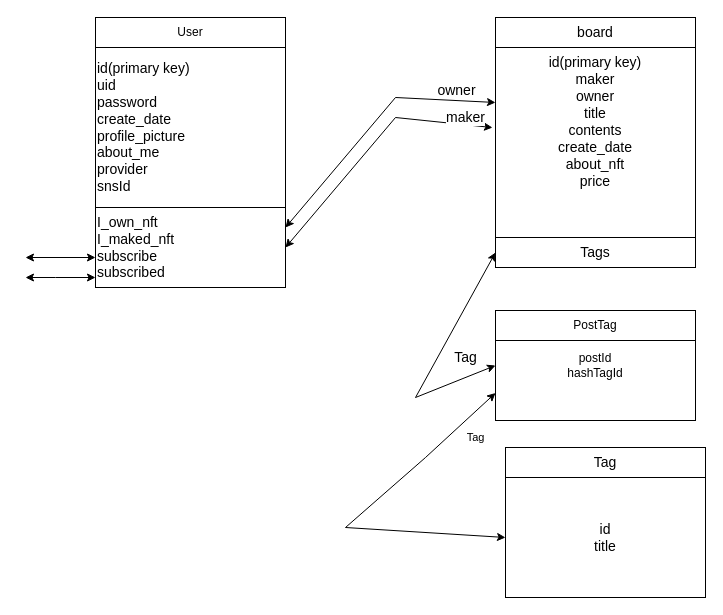
Above: resdatabase.drawio in lectykim/emmateritory (draw.io), before the change. Source tidied: cells renumbered, new cells numbered last; positions are measured from the earlier drawing's top-left corner, leaving out a move shared by most shapes. Both pictures are drawn from the tidied source at 100%, with x=0, y=0 at pixel (25, 17).
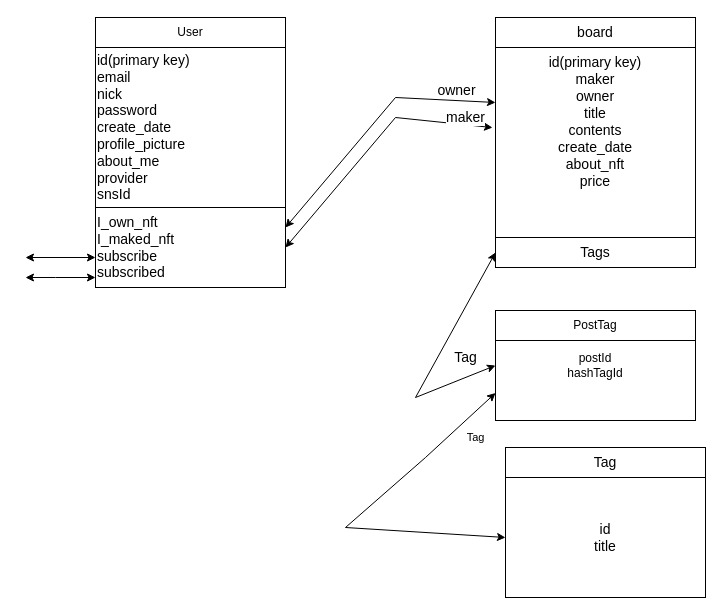
The same page after the edit.

Change to the diagram source:
```diff
@@
-    <mxCell id="2" value="&lt;div style=&quot;font-size: 14px;&quot;&gt;&lt;div style=&quot;&quot;&gt;&lt;span style=&quot;background-color: initial;&quot;&gt;id(primary key)&lt;/span&gt;&lt;/div&gt;&lt;font style=&quot;font-size: 14px;&quot;&gt;&lt;div style=&quot;&quot;&gt;&lt;span style=&quot;background-color: initial;&quot;&gt;uid&lt;/span&gt;&lt;/div&gt;&lt;span style=&quot;background-color: initial;&quot;&gt;&lt;div style=&quot;&quot;&gt;&lt;span style=&quot;background-color: initial;&quot;&gt;password&lt;/span&gt;&lt;/div&gt;&lt;/span&gt;&lt;/font&gt;&lt;/div&gt;&lt;div style=&quot;font-size: 14px;&quot;&gt;create_date&lt;/div&gt;&lt;div style=&quot;font-size: 14px;&quot;&gt;profile_picture&lt;/div&gt;&lt;div style=&quot;font-size: 14px;&quot;&gt;about_me&lt;/div&gt;&lt;div style=&quot;font-size: 14px;&quot;&gt;provider&lt;/div&gt;&lt;div style=&quot;font-size: 14px;&quot;&gt;snsId&lt;/div&gt;" style="rounded=0;whiteSpace=wrap;html=1;align=left;" parent="1" vertex="1">
+    <mxCell id="2" value="&lt;div style=&quot;font-size: 14px;&quot;&gt;&lt;div style=&quot;&quot;&gt;&lt;span style=&quot;background-color: initial;&quot;&gt;id(primary key)&lt;/span&gt;&lt;/div&gt;&lt;font style=&quot;font-size: 14px;&quot;&gt;&lt;div style=&quot;&quot;&gt;email&lt;/div&gt;&lt;div style=&quot;&quot;&gt;nick&lt;/div&gt;&lt;span style=&quot;background-color: initial;&quot;&gt;&lt;div style=&quot;&quot;&gt;&lt;span style=&quot;background-color: initial;&quot;&gt;password&lt;/span&gt;&lt;/div&gt;&lt;/span&gt;&lt;/font&gt;&lt;/div&gt;&lt;div style=&quot;font-size: 14px;&quot;&gt;create_date&lt;/div&gt;&lt;div style=&quot;font-size: 14px;&quot;&gt;profile_picture&lt;/div&gt;&lt;div style=&quot;font-size: 14px;&quot;&gt;about_me&lt;/div&gt;&lt;div style=&quot;font-size: 14px;&quot;&gt;provider&lt;/div&gt;&lt;div style=&quot;font-size: 14px;&quot;&gt;snsId&lt;/div&gt;" style="rounded=0;whiteSpace=wrap;html=1;align=left;" parent="1" vertex="1">
       <mxGeometry x="70" y="30" width="190" height="160" as="geometry" />
     </mxCell>
```
